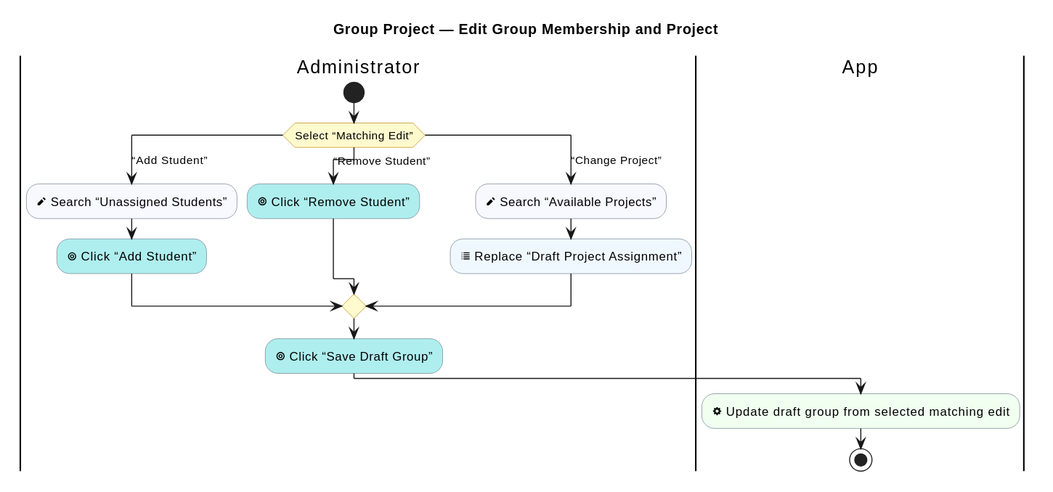
The PlantUML diagram industrial-placement-group-project/diagrams/group-project/membership-and-project-editing.svg in sdflkjssl/sdflkjssl.github.io, before a commit.
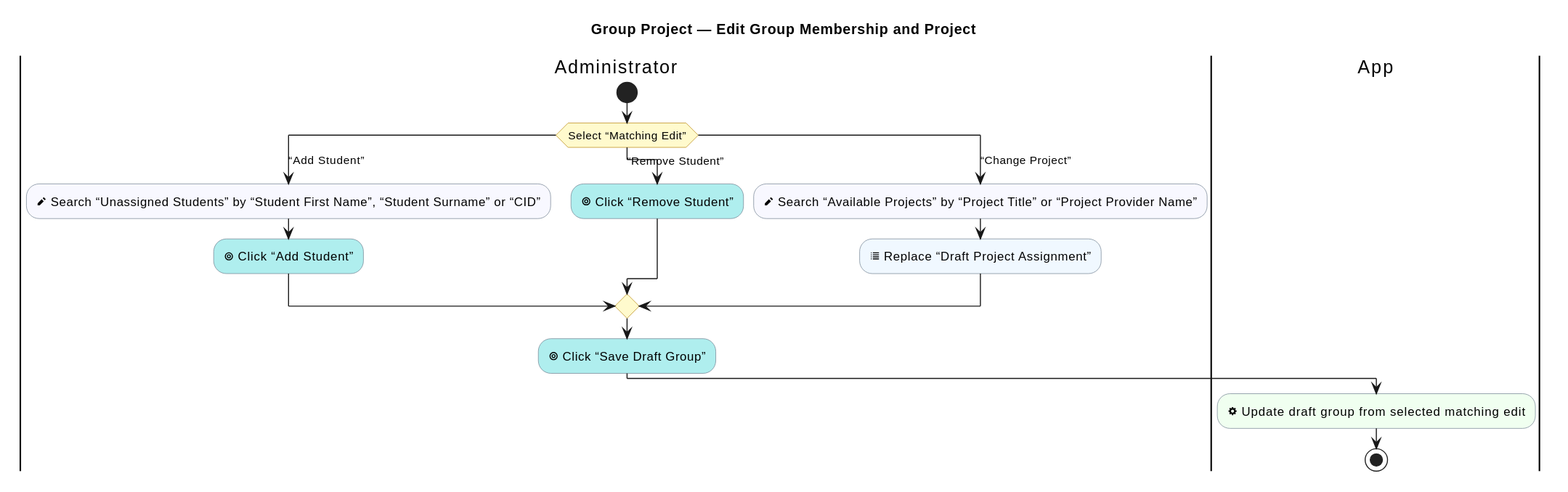
After the commit.

Diff of the diagram source:
```diff
@@ -14,12 +14,12 @@
 start
 switch (Select “Matching Edit”)
 case (“Add Student”)
-  :<&pencil> Search “Unassigned Students”; <<#GhostWhite>>
+  :<&pencil> Search “Unassigned Students” by “Student First Name”, “Student Surname” or “CID”; <<#GhostWhite>>
   :<&target> Click “Add Student”; <<#PaleTurquoise>>
 case (“Remove Student”)
   :<&target> Click “Remove Student”; <<#PaleTurquoise>>
 case (“Change Project”)
-  :<&pencil> Search “Available Projects”; <<#GhostWhite>>
+  :<&pencil> Search “Available Projects” by “Project Title” or “Project Provider Name”; <<#GhostWhite>>
   :<&list> Replace “Draft Project Assignment”; <<#AliceBlue>>
 endswitch
 :<&target> Click “Save Draft Group”; <<#PaleTurquoise>>
```
